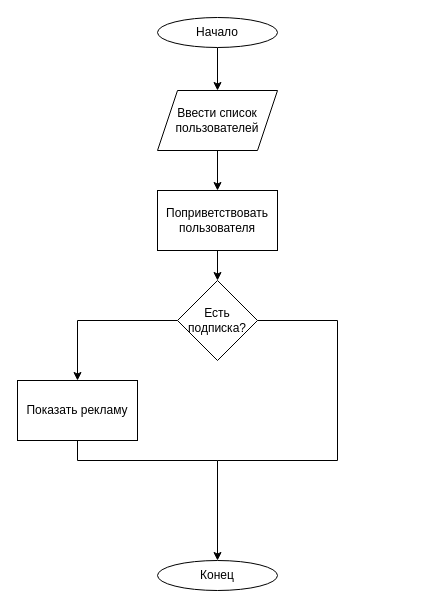
The draw.io diagram Диаграмма без названия.drawio in AreURdy4TheRock/Module12, before the edit. Source tidied: cells renumbered, new cells numbered last; positions are measured from the earlier drawing's top-left corner, leaving out a move shared by most shapes. Both pictures are drawn from the tidied source at 100%, with x=0, y=0 at pixel (17, 17).
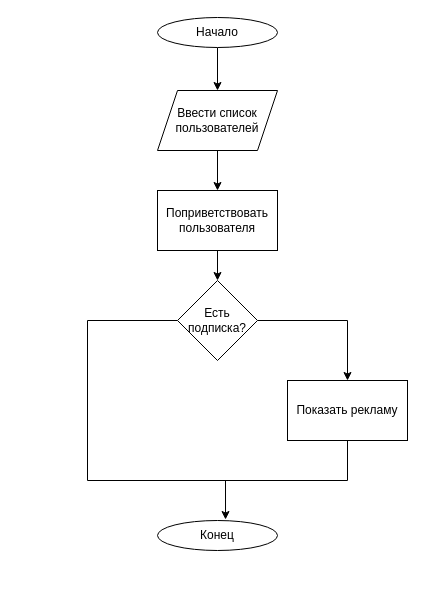
The same page after the edit.

Commit message:
Исправил условие

Diff of the diagram source:
```diff
@@
 <mxGraphModel>
   <root>
     <mxCell id="0" />
     <mxCell id="1" parent="0" />
     <mxCell id="2" style="edgeStyle=orthogonalEdgeStyle;rounded=0;jettySize=auto;html=1;" parent="1" edge="1" source="3" target="5">
       <mxGeometry relative="1" as="geometry" />
     </mxCell>
     <mxCell id="3" value="Начало" style="ellipse;whiteSpace=wrap;html=1;" parent="1" vertex="1">
       <mxGeometry x="140" width="120" height="30" as="geometry" />
     </mxCell>
     <mxCell id="4" style="edgeStyle=orthogonalEdgeStyle;rounded=0;jettySize=auto;html=1;" parent="1" edge="1" source="5" target="7">
       <mxGeometry relative="1" as="geometry" />
     </mxCell>
     <mxCell id="5" value="Ввести список пользователей" style="shape=parallelogram;perimeter=parallelogramPerimeter;whiteSpace=wrap;html=1;fixedSize=1;" parent="1" vertex="1">
       <mxGeometry x="140" y="73" width="120" height="60" as="geometry" />
     </mxCell>
     <mxCell id="6" style="edgeStyle=orthogonalEdgeStyle;rounded=0;jettySize=auto;html=1;" parent="1" edge="1" source="7" target="10">
       <mxGeometry relative="1" as="geometry" />
     </mxCell>
     <mxCell id="7" value="Поприветствовать пользователя" style="rounded=0;whiteSpace=wrap;html=1;" parent="1" vertex="1">
       <mxGeometry x="140" y="173" width="120" height="60" as="geometry" />
     </mxCell>
     <mxCell id="8" style="edgeStyle=orthogonalEdgeStyle;rounded=0;jettySize=auto;html=1;" parent="1" edge="1" source="10" target="11">
       <mxGeometry relative="1" as="geometry" />
     </mxCell>
-    <mxCell id="9" style="edgeStyle=orthogonalEdgeStyle;rounded=0;jettySize=auto;html=1;exitX=1;exitY=0.5;exitDx=0;exitDy=0;entryX=0.5;entryY=0;entryDx=0;entryDy=0;" parent="1" edge="1" source="10" target="12">
+    <mxCell id="9" style="edgeStyle=orthogonalEdgeStyle;rounded=0;jettySize=auto;html=1;exitX=0;exitY=0.5;exitDx=0;exitDy=0;entryX=0.567;entryY=-0.033;entryDx=0;entryDy=0;entryPerimeter=0;" parent="1" edge="1" source="10" target="12">
       <mxGeometry relative="1" as="geometry">
         <Array as="points">
-          <mxPoint x="320" y="303" />
-          <mxPoint x="320" y="443" />
-          <mxPoint x="200" y="443" />
+          <mxPoint x="70" y="303" />
+          <mxPoint x="70" y="463" />
+          <mxPoint x="208" y="463" />
         </Array>
       </mxGeometry>
     </mxCell>
     <mxCell id="10" value="Есть подписка?" style="rhombus;whiteSpace=wrap;html=1;" parent="1" vertex="1">
       <mxGeometry x="160" y="263" width="80" height="80" as="geometry" />
     </mxCell>
     <mxCell id="11" value="Показать рекламу" style="whiteSpace=wrap;html=1;" parent="1" vertex="1">
-      <mxGeometry y="363" width="120" height="60" as="geometry" />
+      <mxGeometry x="270" y="363" width="120" height="60" as="geometry" />
     </mxCell>
     <mxCell id="12" value="Конец" style="ellipse;whiteSpace=wrap;html=1;" parent="1" vertex="1">
-      <mxGeometry x="140" y="543" width="120" height="30" as="geometry" />
+      <mxGeometry x="140" y="503" width="120" height="30" as="geometry" />
     </mxCell>
-    <mxCell id="13" style="endArrow=none;html=1;rounded=0;" parent="1" edge="1">
-      <mxGeometry relative="1" as="geometry">
-        <mxPoint x="60" y="443" as="sourcePoint" />
-        <mxPoint x="200" y="443" as="targetPoint" />
-      </mxGeometry>
-    </mxCell>
-    <mxCell id="14" style="endArrow=none;html=1;rounded=0;exitX=0.5;exitY=1;exitDx=0;exitDy=0;" parent="1" edge="1" source="11">
-      <mxGeometry relative="1" as="geometry">
-        <mxPoint x="60" y="443" as="targetPoint" />
-      </mxGeometry>
-    </mxCell>
+    <mxCell id="15" style="endArrow=none;html=1;rounded=0;" parent="1" edge="1">
+      <mxGeometry relative="1" as="geometry">
+        <mxPoint x="200" y="463" as="sourcePoint" />
+        <mxPoint x="330" y="423" as="targetPoint" />
+        <Array as="points">
+          <mxPoint x="330" y="463" />
+        </Array>
+      </mxGeometry>
+    </mxCell>
   </root>
 </mxGraphModel>
```
